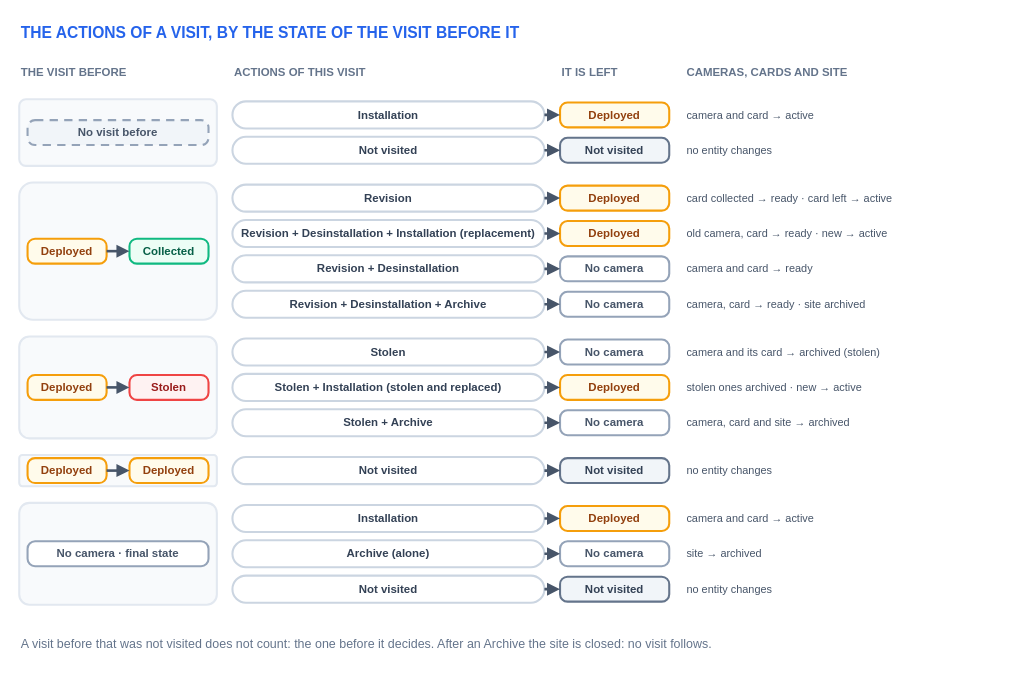
Before: docs/img/visit-actions.drawio in wildintelproject/wildintel-uploader, a draw.io diagram. Source tidied: cells renumbered, new cells numbered last; positions are measured from the earlier drawing's top-left corner, leaving out a move shared by most shapes. Both pictures are drawn from the tidied source at 104%, with x=0, y=0 at pixel (19, 18).
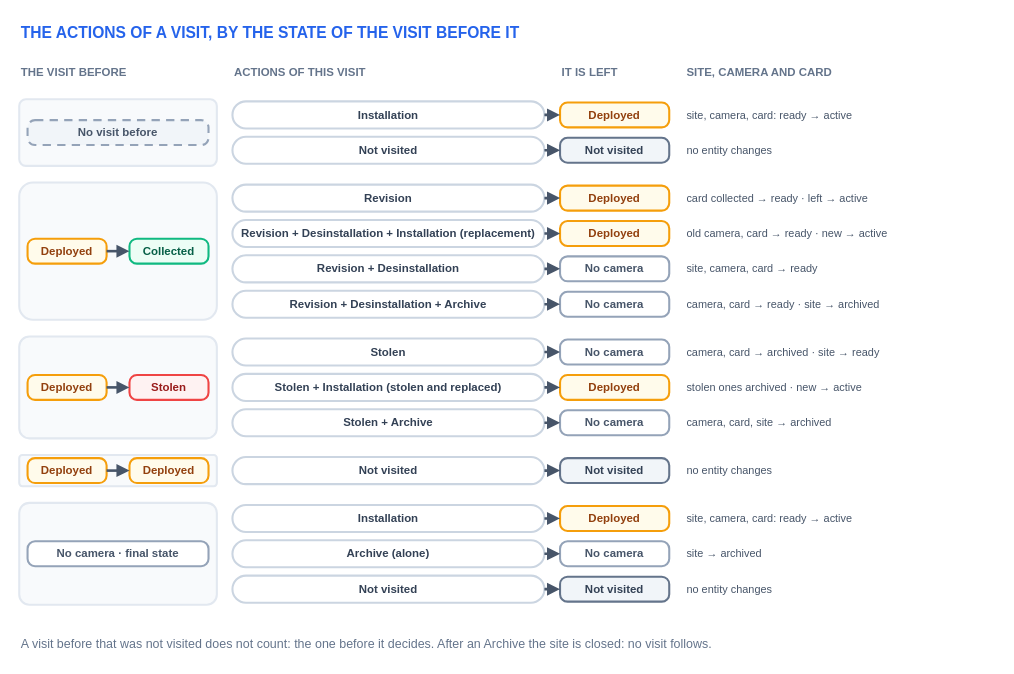
The same diagram, later.

Change to the diagram source:
```diff
@@
-    <mxCell id="6" value="CAMERAS, CARDS AND SITE" style="text;html=1;fontSize=11;fontColor=#64748b;fontStyle=1;align=left;verticalAlign=middle;spacingLeft=0;" parent="1" vertex="1">
+    <mxCell id="6" value="SITE, CAMERA AND CARD" style="text;html=1;fontSize=11;fontColor=#64748b;fontStyle=1;align=left;verticalAlign=middle;spacingLeft=0;" parent="1" vertex="1">
       <mxGeometry x="640" y="40" width="300" height="24" as="geometry" />
     </mxCell>
@@
-    <mxCell id="12" value="camera and card → active" style="text;html=1;fontSize=10.5;fontColor=#475569;fontStyle=0;align=left;verticalAlign=middle;spacingLeft=0;" parent="1" vertex="1">
+    <mxCell id="12" value="site, camera, card: ready → active" style="text;html=1;fontSize=10.5;fontColor=#475569;fontStyle=0;align=left;verticalAlign=middle;spacingLeft=0;" parent="1" vertex="1">
       <mxGeometry x="640" y="83" width="230" height="20" as="geometry" />
     </mxCell>
@@
-    <mxCell id="24" value="card collected → ready · card left → active" style="text;html=1;fontSize=10.5;fontColor=#475569;fontStyle=0;align=left;verticalAlign=middle;spacingLeft=0;" parent="1" vertex="1">
+    <mxCell id="24" value="card collected → ready · left → active" style="text;html=1;fontSize=10.5;fontColor=#475569;fontStyle=0;align=left;verticalAlign=middle;spacingLeft=0;" parent="1" vertex="1">
       <mxGeometry x="640" y="163" width="230" height="20" as="geometry" />
     </mxCell>
@@
-    <mxCell id="32" value="camera and card → ready" style="text;html=1;fontSize=10.5;fontColor=#475569;fontStyle=0;align=left;verticalAlign=middle;spacingLeft=0;" parent="1" vertex="1">
+    <mxCell id="32" value="site, camera, card → ready" style="text;html=1;fontSize=10.5;fontColor=#475569;fontStyle=0;align=left;verticalAlign=middle;spacingLeft=0;" parent="1" vertex="1">
       <mxGeometry x="640" y="231" width="230" height="20" as="geometry" />
     </mxCell>
@@
-    <mxCell id="36" value="camera, card → ready · site archived" style="text;html=1;fontSize=10.5;fontColor=#475569;fontStyle=0;align=left;verticalAlign=middle;spacingLeft=0;" parent="1" vertex="1">
+    <mxCell id="36" value="camera, card → ready · site → archived" style="text;html=1;fontSize=10.5;fontColor=#475569;fontStyle=0;align=left;verticalAlign=middle;spacingLeft=0;" parent="1" vertex="1">
       <mxGeometry x="640" y="265" width="230" height="20" as="geometry" />
     </mxCell>
@@
-    <mxCell id="44" value="camera and its card → archived (stolen)" style="text;html=1;fontSize=10.5;fontColor=#475569;fontStyle=0;align=left;verticalAlign=middle;spacingLeft=0;" parent="1" vertex="1">
+    <mxCell id="44" value="camera, card → archived · site → ready" style="text;html=1;fontSize=10.5;fontColor=#475569;fontStyle=0;align=left;verticalAlign=middle;spacingLeft=0;" parent="1" vertex="1">
       <mxGeometry x="640" y="311" width="230" height="20" as="geometry" />
     </mxCell>
@@
-    <mxCell id="52" value="camera, card and site → archived" style="text;html=1;fontSize=10.5;fontColor=#475569;fontStyle=0;align=left;verticalAlign=middle;spacingLeft=0;" parent="1" vertex="1">
+    <mxCell id="52" value="camera, card, site → archived" style="text;html=1;fontSize=10.5;fontColor=#475569;fontStyle=0;align=left;verticalAlign=middle;spacingLeft=0;" parent="1" vertex="1">
       <mxGeometry x="640" y="379" width="230" height="20" as="geometry" />
     </mxCell>
@@
-    <mxCell id="66" value="camera and card → active" style="text;html=1;fontSize=10.5;fontColor=#475569;fontStyle=0;align=left;verticalAlign=middle;spacingLeft=0;" parent="1" vertex="1">
+    <mxCell id="66" value="site, camera, card: ready → active" style="text;html=1;fontSize=10.5;fontColor=#475569;fontStyle=0;align=left;verticalAlign=middle;spacingLeft=0;" parent="1" vertex="1">
       <mxGeometry x="640" y="471" width="230" height="20" as="geometry" />
     </mxCell>
```
